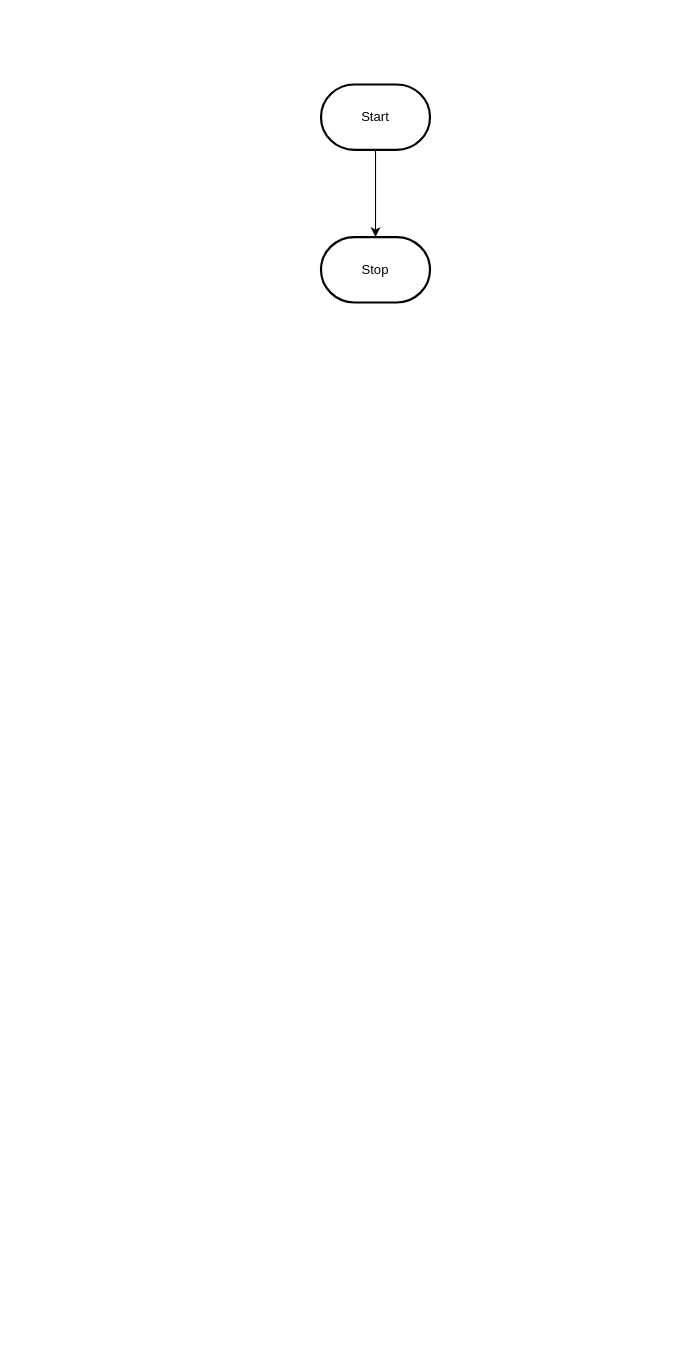
MTHS-TEJ2O-1-2023/TEJ2O-Unit-2-09-Ernest-Choy keeps this draw.io diagram as design/flowchart.drawio. Above is the earlier version. Source tidied: cells renumbered, new cells numbered last; positions are measured from the earlier drawing's top-left corner, leaving out a move shared by most shapes. Both pictures are drawn from the tidied source at 109%, with x=0, y=0 at pixel (320, 84).
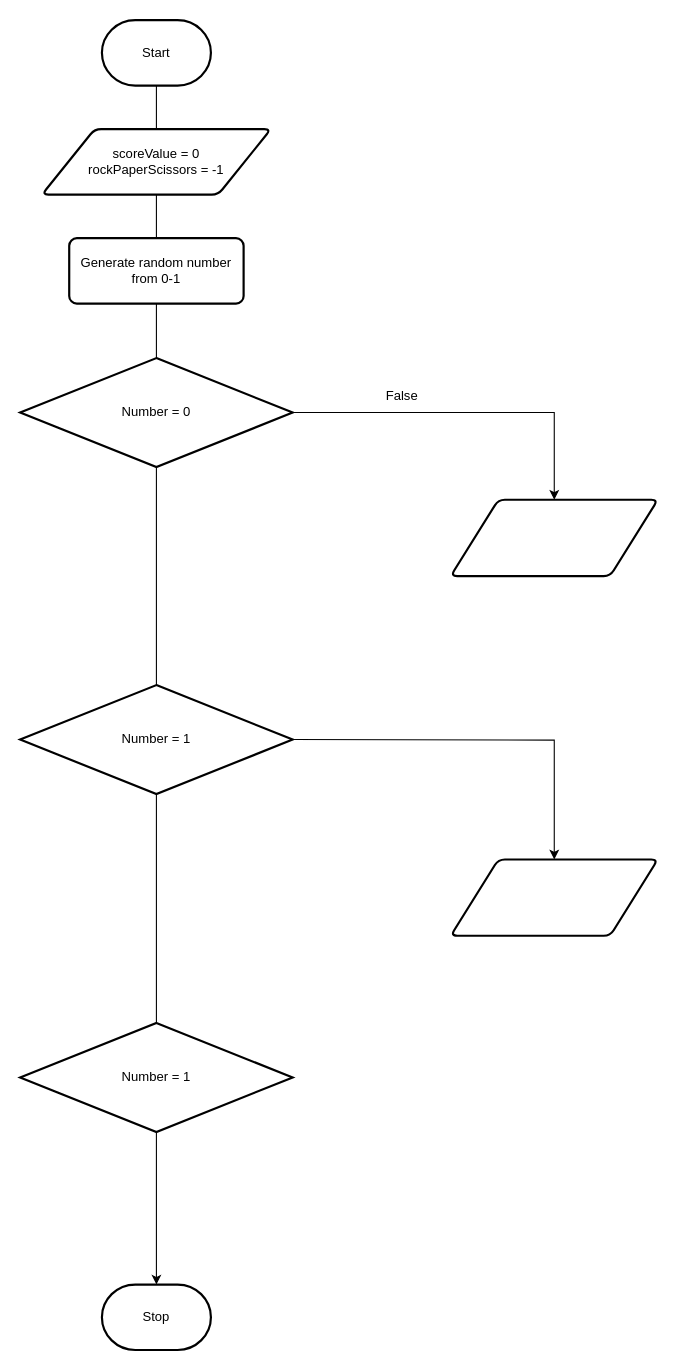
Above is the later version.

The edit, as a diff of the source:
```diff
@@
 <mxGraphModel>
   <root>
     <mxCell id="0" />
     <mxCell id="1" parent="0" />
-    <mxCell id="2" style="edgeStyle=orthogonalEdgeStyle;html=1;rounded=0;" parent="1" edge="1" source="3" target="4">
+    <mxCell id="2" style="edgeStyle=orthogonalEdgeStyle;html=1;rounded=0;startArrow=none;" parent="1" edge="1" source="16" target="4">
       <mxGeometry relative="1" as="geometry" />
     </mxCell>
     <mxCell id="3" value="Start" style="strokeWidth=2;html=1;shape=mxgraph.flowchart.terminator;whiteSpace=wrap;" parent="1" vertex="1">
-      <mxGeometry width="100" height="60" as="geometry" />
+      <mxGeometry x="-201" y="-59" width="100" height="60" as="geometry" />
     </mxCell>
     <mxCell id="4" value="Stop" style="strokeWidth=2;html=1;shape=mxgraph.flowchart.terminator;whiteSpace=wrap;" parent="1" vertex="1">
-      <mxGeometry y="140" width="100" height="60" as="geometry" />
+      <mxGeometry x="-201" y="1101" width="100" height="60" as="geometry" />
     </mxCell>
+    <mxCell id="5" style="edgeStyle=orthogonalEdgeStyle;html=1;rounded=0;endArrow=none;startArrow=none;" parent="1" edge="1" source="9" target="7">
+      <mxGeometry relative="1" as="geometry" />
+    </mxCell>
+    <mxCell id="6" style="edgeStyle=orthogonalEdgeStyle;html=1;exitX=1;exitY=0.5;exitDx=0;exitDy=0;exitPerimeter=0;entryX=0.5;entryY=0;entryDx=0;entryDy=0;rounded=0;" parent="1" edge="1" source="7" target="17">
+      <mxGeometry relative="1" as="geometry" />
+    </mxCell>
+    <mxCell id="7" value="Number = 0" style="strokeWidth=2;html=1;shape=mxgraph.flowchart.decision;whiteSpace=wrap;" parent="1" vertex="1">
+      <mxGeometry x="-276" y="251" width="250" height="100" as="geometry" />
+    </mxCell>
+    <mxCell id="8" style="edgeStyle=orthogonalEdgeStyle;html=1;rounded=0;endArrow=none;" parent="1" edge="1" source="3" target="9">
+      <mxGeometry relative="1" as="geometry" />
+    </mxCell>
+    <mxCell id="9" value="scoreValue = 0&lt;br&gt;rockPaperScissors = -1" style="shape=parallelogram;html=1;strokeWidth=2;perimeter=parallelogramPerimeter;whiteSpace=wrap;rounded=1;arcSize=12;size=0.23;" parent="1" vertex="1">
+      <mxGeometry x="-256" y="41" width="210" height="60" as="geometry" />
+    </mxCell>
+    <mxCell id="10" value="Generate random number from 0-1" style="rounded=1;whiteSpace=wrap;html=1;absoluteArcSize=1;arcSize=14;strokeWidth=2;" parent="1" vertex="1">
+      <mxGeometry x="-231" y="141" width="160" height="60" as="geometry" />
+    </mxCell>
+    <mxCell id="11" style="edgeStyle=orthogonalEdgeStyle;rounded=0;html=1;exitX=1;exitY=0.5;exitDx=0;exitDy=0;exitPerimeter=0;entryX=0.5;entryY=0;entryDx=0;entryDy=0;" parent="1" edge="1" target="18">
+      <mxGeometry relative="1" as="geometry">
+        <mxPoint x="-26" y="601" as="sourcePoint" />
+      </mxGeometry>
+    </mxCell>
+    <mxCell id="12" value="False" style="text;html=1;align=center;verticalAlign=middle;strokeColor=none;fillColor=none;" parent="1" vertex="1">
+      <mxGeometry x="49" y="271" width="50" height="30" as="geometry" />
+    </mxCell>
+    <mxCell id="13" style="edgeStyle=orthogonalEdgeStyle;html=1;rounded=0;startArrow=none;endArrow=none;" parent="1" edge="1" source="7" target="14">
+      <mxGeometry relative="1" as="geometry" />
+    </mxCell>
+    <mxCell id="14" value="Number = 1" style="strokeWidth=2;html=1;shape=mxgraph.flowchart.decision;whiteSpace=wrap;" parent="1" vertex="1">
+      <mxGeometry x="-276" y="551" width="250" height="100" as="geometry" />
+    </mxCell>
+    <mxCell id="15" style="edgeStyle=orthogonalEdgeStyle;html=1;rounded=0;startArrow=none;endArrow=none;" parent="1" edge="1" source="14" target="16">
+      <mxGeometry relative="1" as="geometry" />
+    </mxCell>
+    <mxCell id="16" value="Number = 1" style="strokeWidth=2;html=1;shape=mxgraph.flowchart.decision;whiteSpace=wrap;" parent="1" vertex="1">
+      <mxGeometry x="-276" y="861" width="250" height="100" as="geometry" />
+    </mxCell>
+    <mxCell id="17" style="shape=parallelogram;html=1;strokeWidth=2;perimeter=parallelogramPerimeter;whiteSpace=wrap;rounded=1;arcSize=12;size=0.23;" parent="1" vertex="1">
+      <mxGeometry x="119" y="381" width="190" height="70" as="geometry" />
+    </mxCell>
+    <mxCell id="18" style="shape=parallelogram;html=1;strokeWidth=2;perimeter=parallelogramPerimeter;whiteSpace=wrap;rounded=1;arcSize=12;size=0.23;" parent="1" vertex="1">
+      <mxGeometry x="119" y="711" width="190" height="70" as="geometry" />
+    </mxCell>
   </root>
 </mxGraphModel>
```
